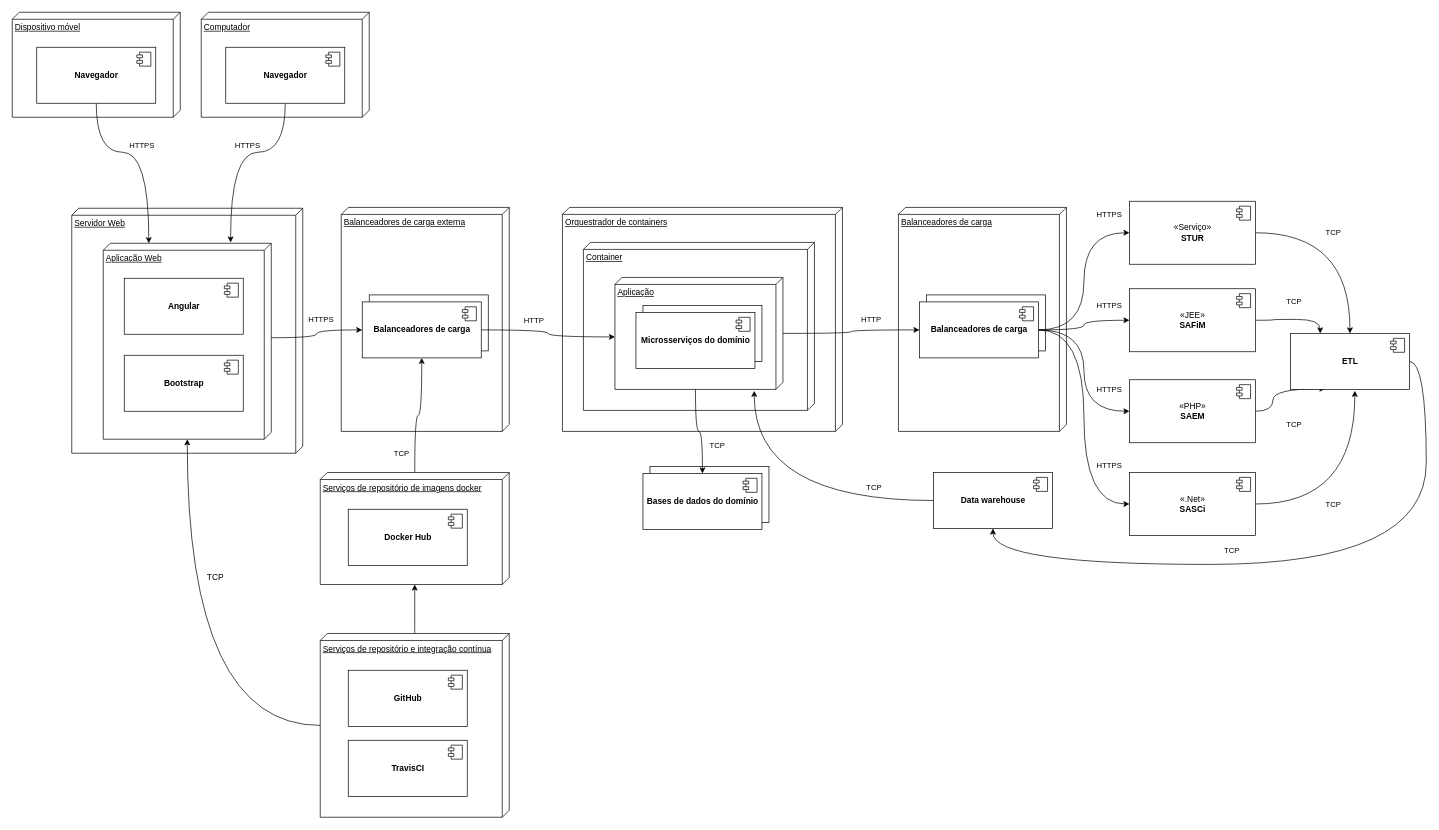
The draw.io diagram diagrama-de-implantacao.drawio in sgm-poc/sgm-diagramas, before the edit. Source tidied: cells renumbered, new cells numbered last; positions are measured from the earlier drawing's top-left corner, leaving out a move shared by most shapes. Both pictures are drawn from the tidied source at 70%, with x=0, y=0 at pixel (12, 12).
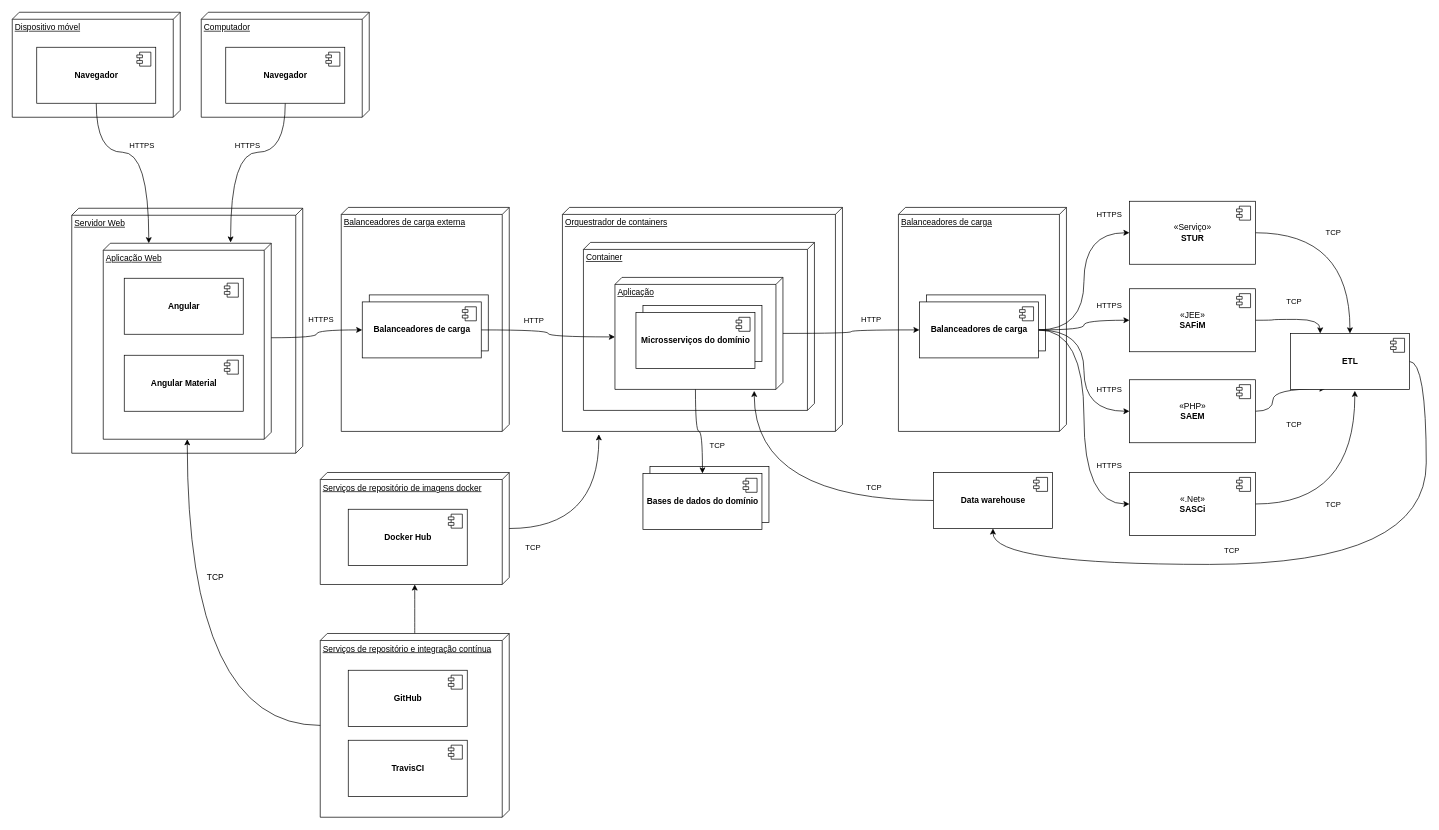
Above is the later version.

Unchanged cells that the change refers to:
```xml
<mxCell id="19" value="Orquestrador de containers" style="verticalAlign=top;align=left;spacingTop=8;spacingLeft=2;spacingRight=12;shape=cube;size=10;direction=south;fontStyle=4;html=1;" parent="1" vertex="1">
  <mxGeometry x="786" y="278.8" width="400" height="320" as="geometry" />
</mxCell>
<mxCell id="74" value="Serviços de repositório de imagens docker" style="verticalAlign=top;align=left;spacingTop=8;spacingLeft=2;spacingRight=12;shape=cube;size=10;direction=south;fontStyle=4;html=1;" parent="1" vertex="1">
  <mxGeometry x="440" y="657.5" width="270" height="160" as="geometry" />
</mxCell>
<mxCell id="82" value="&lt;b&gt;Balanceadores de carga&lt;/b&gt;" style="html=1;" parent="1" vertex="1">
  <mxGeometry x="500" y="413.8" width="170" height="80" as="geometry" />
</mxCell>
```

Change to the diagram source:
```diff
@@
-    <mxCell id="17" value="&lt;b&gt;Bootstrap&lt;/b&gt;" style="html=1;" parent="1" vertex="1">
+    <mxCell id="17" value="&lt;b&gt;Angular Material&lt;/b&gt;" style="html=1;" parent="1" vertex="1">
       <mxGeometry x="160" y="490" width="170" height="80" as="geometry" />
     </mxCell>
@@
-    <mxCell id="86" style="edgeStyle=orthogonalEdgeStyle;curved=1;rounded=0;jettySize=auto;html=1;entryX=0.5;entryY=1;entryDx=0;entryDy=0;" parent="1" edge="1" source="74" target="82">
+    <mxCell id="86" style="edgeStyle=orthogonalEdgeStyle;curved=1;rounded=0;jettySize=auto;html=1;entryX=1.013;entryY=0.87;entryDx=0;entryDy=0;entryPerimeter=0;" parent="1" edge="1" source="74" target="19">
       <mxGeometry relative="1" as="geometry" />
     </mxCell>
```
